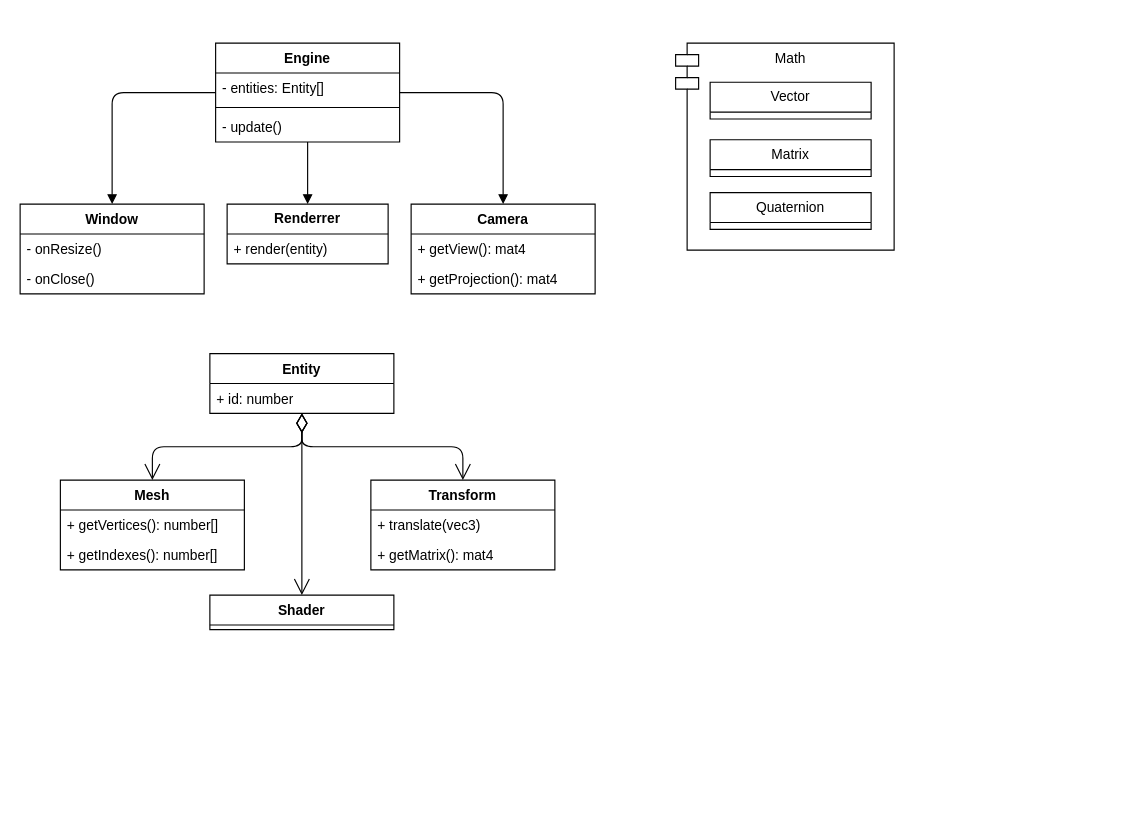
The draw.io diagram engine.drawio in asimaruk/GGenie, before the edit. Source tidied: cells renumbered, new cells numbered last; positions are measured from the earlier drawing's top-left corner, leaving out a move shared by most shapes. Both pictures are drawn from the tidied source at 115%, with x=0, y=0 at pixel (20, 43).
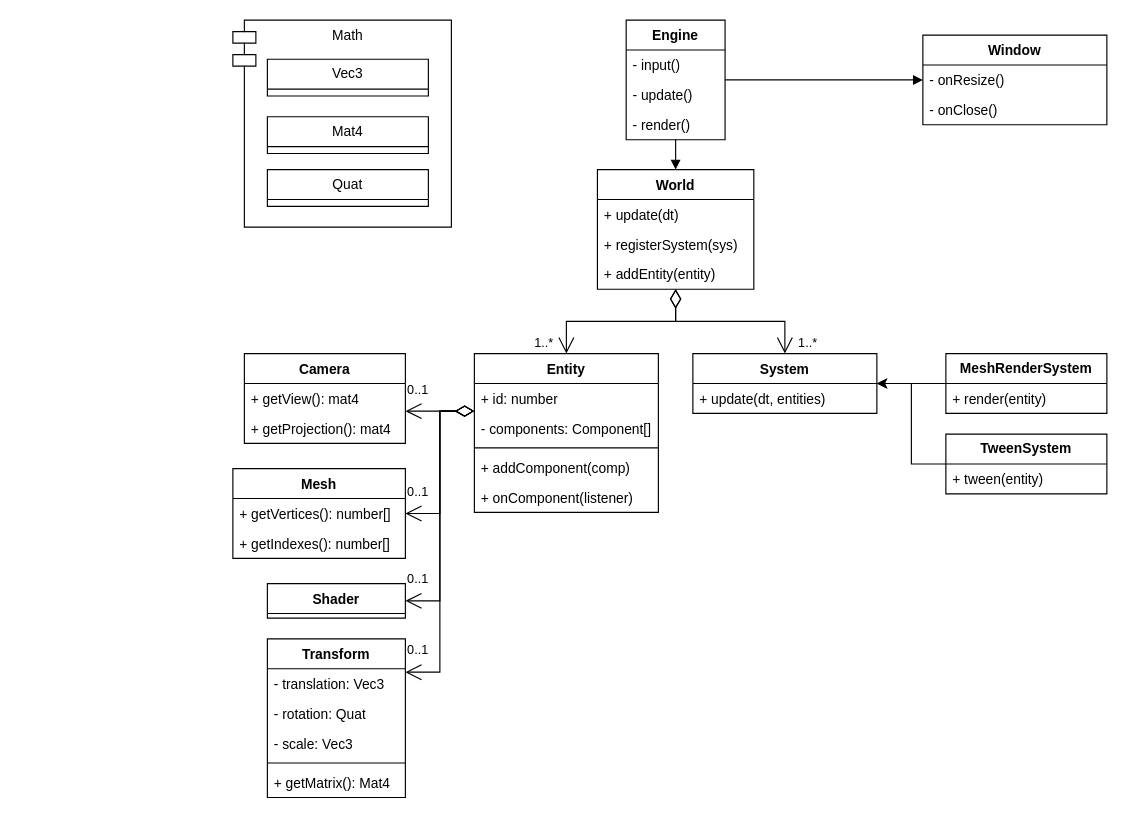
Above is the later version.

Commit message (it also covers changes not shown here):
ECS architecture UML.

Change to the diagram source:
```diff
@@
     <mxCell id="2" value="Window" style="swimlane;fontStyle=1;align=center;verticalAlign=top;horizontal=1;startSize=26;whiteSpace=wrap;html=1;rounded=0;" parent="1" vertex="1">
-      <mxGeometry y="140" width="160" height="78" as="geometry" />
+      <mxGeometry x="785" y="-7" width="160" height="78" as="geometry" />
     </mxCell>
@@
     <mxCell id="5" value="Engine" style="swimlane;fontStyle=1;align=center;verticalAlign=top;horizontal=1;startSize=26;whiteSpace=wrap;html=1;rounded=0;" parent="1" vertex="1">
-      <mxGeometry x="170" width="160" height="86" as="geometry" />
+      <mxGeometry x="527" y="-20" width="86" height="104" as="geometry" />
     </mxCell>
-    <mxCell id="6" value="- entities: Entity[]" style="text;strokeColor=none;fillColor=none;align=left;verticalAlign=top;spacingLeft=4;spacingRight=4;overflow=hidden;whiteSpace=wrap;html=1;" parent="5" vertex="1">
-      <mxGeometry y="26" width="160" height="26" as="geometry" />
-    </mxCell>
-    <mxCell id="7" style="line;strokeWidth=1;fillColor=none;align=left;verticalAlign=middle;spacingTop=-1;spacingLeft=3;spacingRight=3;labelPosition=right;strokeColor=inherit;" parent="5" vertex="1">
-      <mxGeometry y="52" width="160" height="8" as="geometry" />
-    </mxCell>
-    <mxCell id="8" value="- update()" style="text;strokeColor=none;fillColor=none;align=left;verticalAlign=top;spacingLeft=4;spacingRight=4;overflow=hidden;whiteSpace=wrap;html=1;rounded=0;" parent="5" vertex="1">
-      <mxGeometry y="60" width="160" height="26" as="geometry" />
+    <mxCell id="8" value="- input()" style="text;strokeColor=none;fillColor=none;align=left;verticalAlign=top;spacingLeft=4;spacingRight=4;overflow=hidden;whiteSpace=wrap;html=1;rounded=0;" parent="5" vertex="1">
+      <mxGeometry y="26" width="86" height="26" as="geometry" />
     </mxCell>
+    <mxCell id="34" value="- update()" style="text;strokeColor=none;fillColor=none;align=left;verticalAlign=top;spacingLeft=4;spacingRight=4;overflow=hidden;whiteSpace=wrap;html=1;rounded=0;" parent="5" vertex="1">
+      <mxGeometry y="52" width="86" height="26" as="geometry" />
+    </mxCell>
+    <mxCell id="35" value="- render()" style="text;strokeColor=none;fillColor=none;align=left;verticalAlign=top;spacingLeft=4;spacingRight=4;overflow=hidden;whiteSpace=wrap;html=1;rounded=0;" parent="5" vertex="1">
+      <mxGeometry y="78" width="86" height="26" as="geometry" />
+    </mxCell>
     <mxCell id="9" value="Mesh" style="swimlane;fontStyle=1;align=center;verticalAlign=top;horizontal=1;startSize=26;whiteSpace=wrap;html=1;rounded=0;" parent="1" vertex="1">
-      <mxGeometry x="35" y="380" width="160" height="78" as="geometry" />
+      <mxGeometry x="185" y="370" width="150" height="78" as="geometry" />
     </mxCell>
     <mxCell id="10" value="+ getVertices(): number[]" style="text;strokeColor=none;fillColor=none;align=left;verticalAlign=top;spacingLeft=4;spacingRight=4;overflow=hidden;whiteSpace=wrap;html=1;rounded=0;" parent="9" vertex="1">
-      <mxGeometry y="26" width="160" height="26" as="geometry" />
+      <mxGeometry y="26" width="150" height="26" as="geometry" />
     </mxCell>
     <mxCell id="11" value="+ getIndexes(): number[]" style="text;strokeColor=none;fillColor=none;align=left;verticalAlign=top;spacingLeft=4;spacingRight=4;overflow=hidden;whiteSpace=wrap;html=1;rounded=0;" parent="9" vertex="1">
-      <mxGeometry y="52" width="160" height="26" as="geometry" />
+      <mxGeometry y="52" width="150" height="26" as="geometry" />
     </mxCell>
+    <mxCell id="36" style="edgeStyle=orthogonalEdgeStyle;rounded=0;jettySize=auto;html=1;exitX=0;exitY=0.5;exitDx=0;exitDy=0;" parent="1" edge="1" source="12" target="53">
+      <mxGeometry relative="1" as="geometry" />
+    </mxCell>
-    <mxCell id="12" value="&lt;b&gt;Renderrer&lt;/b&gt;" style="swimlane;fontStyle=0;horizontal=1;startSize=26;whiteSpace=wrap;html=1;rounded=0;" parent="1" vertex="1">
-      <mxGeometry x="180" y="140" width="140" height="52" as="geometry" />
+    <mxCell id="12" value="&lt;b&gt;Mesh&lt;/b&gt;&lt;b style=&quot;background-color: transparent; color: light-dark(rgb(0, 0, 0), rgb(255, 255, 255));&quot;&gt;RenderSystem&lt;/b&gt;" style="swimlane;fontStyle=0;horizontal=1;startSize=26;whiteSpace=wrap;html=1;rounded=0;" parent="1" vertex="1">
+      <mxGeometry x="805" y="270" width="140" height="52" as="geometry" />
     </mxCell>
@@
     <mxCell id="14" value="Shader" style="swimlane;fontStyle=1;align=center;verticalAlign=top;horizontal=1;startSize=26;whiteSpace=wrap;html=1;" parent="1" vertex="1">
-      <mxGeometry x="165" y="480" width="160" height="30" as="geometry" />
+      <mxGeometry x="215" y="470" width="120" height="30" as="geometry" />
     </mxCell>
@@
-    <mxCell id="16" style="endArrow=block;endFill=1;html=1;align=left;verticalAlign=bottom;spacing=0;spacingLeft=0;edgeStyle=orthogonalEdgeStyle;strokeColor=default;curved=0;labelBackgroundColor=none;fontColor=none;noLabel=1;rounded=1;" parent="1" edge="1" source="5" target="12">
-      <mxGeometry x="-0.18" y="4" relative="1" as="geometry" />
-    </mxCell>
     <mxCell id="17" value="Camera" style="swimlane;fontStyle=1;align=center;verticalAlign=top;horizontal=1;startSize=26;whiteSpace=wrap;html=1;" parent="1" vertex="1">
-      <mxGeometry x="340" y="140" width="160" height="78" as="geometry" />
+      <mxGeometry x="195" y="270" width="140" height="78" as="geometry" />
     </mxCell>
     <mxCell id="18" value="+ getView(): mat4" style="text;strokeColor=none;fillColor=none;align=left;verticalAlign=top;spacingLeft=4;spacingRight=4;overflow=hidden;whiteSpace=wrap;html=1;" parent="17" vertex="1">
-      <mxGeometry y="26" width="160" height="26" as="geometry" />
+      <mxGeometry y="26" width="140" height="26" as="geometry" />
     </mxCell>
     <mxCell id="19" value="+ getProjection(): mat4" style="text;strokeColor=none;fillColor=none;align=left;verticalAlign=top;spacingLeft=4;spacingRight=4;overflow=hidden;points=[[0,0.5],[1,0.5]];portConstraint=eastwest;whiteSpace=wrap;html=1;" parent="17" vertex="1">
-      <mxGeometry y="52" width="160" height="26" as="geometry" />
+      <mxGeometry y="52" width="140" height="26" as="geometry" />
     </mxCell>
-    <mxCell id="20" style="endArrow=block;endFill=1;html=1;align=left;verticalAlign=bottom;spacing=0;spacingLeft=0;edgeStyle=orthogonalEdgeStyle;strokeColor=default;curved=0;rounded=1;" parent="1" edge="1" source="5" target="17">
-      <mxGeometry x="-0.18" y="4" relative="1" as="geometry" />
-    </mxCell>
+    <mxCell id="37" style="edgeStyle=orthogonalEdgeStyle;rounded=0;orthogonalLoop=1;jettySize=auto;html=1;exitX=1;exitY=0.5;exitDx=0;exitDy=0;" parent="17" edge="1" source="19" target="19">
+      <mxGeometry relative="1" as="geometry" />
+    </mxCell>
     <mxCell id="21" value="Entity" style="swimlane;fontStyle=1;align=center;verticalAlign=top;horizontal=1;startSize=26;whiteSpace=wrap;html=1;" parent="1" vertex="1">
-      <mxGeometry x="165" y="270" width="160" height="52" as="geometry" />
+      <mxGeometry x="395" y="270" width="160" height="138" as="geometry" />
     </mxCell>
@@
-    <mxCell id="23" value="1" style="endArrow=open;html=1;endSize=12;startArrow=diamondThin;startSize=14;startFill=0;edgeStyle=orthogonalEdgeStyle;align=left;verticalAlign=bottom;labelBackgroundColor=none;fontColor=none;noLabel=1;" parent="1" edge="1" source="21" target="9">
-      <mxGeometry x="-1" y="3" relative="1" as="geometry" />
-    </mxCell>
-    <mxCell id="24" value="1" style="endArrow=open;html=1;endSize=12;startArrow=diamondThin;startSize=14;startFill=0;edgeStyle=orthogonalEdgeStyle;align=left;verticalAlign=bottom;curved=0;labelBackgroundColor=none;fontColor=none;noLabel=1;rounded=1;entryX=0.5;entryY=0;entryDx=0;entryDy=0;" parent="1" edge="1" source="21" target="14">
-      <mxGeometry x="-1" y="3" relative="1" as="geometry" />
-    </mxCell>
+    <mxCell id="38" value="- components: Component[]" style="text;strokeColor=none;fillColor=none;align=left;verticalAlign=top;spacingLeft=4;spacingRight=4;overflow=hidden;whiteSpace=wrap;html=1;" parent="21" vertex="1">
+      <mxGeometry y="52" width="160" height="26" as="geometry" />
+    </mxCell>
+    <mxCell id="39" style="line;strokeWidth=1;fillColor=none;align=left;verticalAlign=middle;spacingTop=-1;spacingLeft=3;spacingRight=3;labelPosition=right;strokeColor=inherit;" parent="21" vertex="1">
+      <mxGeometry y="78" width="160" height="8" as="geometry" />
+    </mxCell>
+    <mxCell id="40" value="+ addComponent(comp)" style="text;strokeColor=none;fillColor=none;align=left;verticalAlign=top;spacingLeft=4;spacingRight=4;overflow=hidden;whiteSpace=wrap;html=1;" parent="21" vertex="1">
+      <mxGeometry y="86" width="160" height="26" as="geometry" />
+    </mxCell>
+    <mxCell id="41" value="+ onComponent(listener)" style="text;strokeColor=none;fillColor=none;align=left;verticalAlign=top;spacingLeft=4;spacingRight=4;overflow=hidden;whiteSpace=wrap;html=1;" parent="21" vertex="1">
+      <mxGeometry y="112" width="160" height="26" as="geometry" />
+    </mxCell>
     <mxCell id="25" value="Transform" style="swimlane;fontStyle=1;align=center;verticalAlign=top;horizontal=1;startSize=26;whiteSpace=wrap;html=1;" parent="1" vertex="1">
-      <mxGeometry x="305" y="380" width="160" height="78" as="geometry" />
+      <mxGeometry x="215" y="518" width="120" height="138" as="geometry" />
     </mxCell>
-    <mxCell id="26" value="+ translate(vec3)" style="text;strokeColor=none;fillColor=none;align=left;verticalAlign=top;spacingLeft=4;spacingRight=4;overflow=hidden;whiteSpace=wrap;html=1;" parent="25" vertex="1">
-      <mxGeometry y="26" width="160" height="26" as="geometry" />
-    </mxCell>
+    <mxCell id="42" value="- translation: Vec3" style="text;strokeColor=none;fillColor=none;align=left;verticalAlign=top;spacingLeft=4;spacingRight=4;overflow=hidden;whiteSpace=wrap;html=1;" parent="25" vertex="1">
+      <mxGeometry y="26" width="120" height="26" as="geometry" />
+    </mxCell>
+    <mxCell id="43" value="- rotation: Quat" style="text;strokeColor=none;fillColor=none;align=left;verticalAlign=top;spacingLeft=4;spacingRight=4;overflow=hidden;whiteSpace=wrap;html=1;" parent="25" vertex="1">
+      <mxGeometry y="52" width="120" height="26" as="geometry" />
+    </mxCell>
+    <mxCell id="44" value="- scale: Vec3" style="text;strokeColor=none;fillColor=none;align=left;verticalAlign=top;spacingLeft=4;spacingRight=4;overflow=hidden;whiteSpace=wrap;html=1;" parent="25" vertex="1">
+      <mxGeometry y="78" width="120" height="26" as="geometry" />
+    </mxCell>
+    <mxCell id="45" style="line;strokeWidth=1;fillColor=none;align=left;verticalAlign=middle;spacingTop=-1;spacingLeft=3;spacingRight=3;labelPosition=right;strokeColor=inherit;" parent="25" vertex="1">
+      <mxGeometry y="104" width="120" height="8" as="geometry" />
+    </mxCell>
-    <mxCell id="27" value="+ getMatrix(): mat4" style="text;strokeColor=none;fillColor=none;align=left;verticalAlign=top;spacingLeft=4;spacingRight=4;overflow=hidden;whiteSpace=wrap;html=1;" parent="25" vertex="1">
-      <mxGeometry y="52" width="160" height="26" as="geometry" />
+    <mxCell id="27" value="+ getMatrix(): M&lt;span style=&quot;background-color: transparent; color: light-dark(rgb(0, 0, 0), rgb(255, 255, 255));&quot;&gt;at4&lt;/span&gt;" style="text;strokeColor=none;fillColor=none;align=left;verticalAlign=top;spacingLeft=4;spacingRight=4;overflow=hidden;whiteSpace=wrap;html=1;" parent="25" vertex="1">
+      <mxGeometry y="112" width="120" height="26" as="geometry" />
     </mxCell>
-    <mxCell id="28" value="1" style="endArrow=open;html=1;endSize=12;startArrow=diamondThin;startSize=14;startFill=0;edgeStyle=orthogonalEdgeStyle;align=left;verticalAlign=bottom;labelBackgroundColor=none;fontColor=none;noLabel=1;rounded=1;endFill=0;curved=0;" parent="1" edge="1" source="21" target="25">
-      <mxGeometry x="-1" y="3" relative="1" as="geometry" />
-    </mxCell>
     <mxCell id="29" style="group;" parent="1" vertex="1">
-      <mxGeometry x="570" width="190" height="180" as="geometry" />
+      <mxGeometry x="185" y="-20" width="190" height="180" as="geometry" />
     </mxCell>
@@
-    <mxCell id="31" value="Vector" style="swimlane;fontStyle=0;horizontal=1;startSize=26;fillColor=none;whiteSpace=wrap;html=1;" parent="29" vertex="1">
+    <mxCell id="31" value="Vec3" style="swimlane;fontStyle=0;horizontal=1;startSize=26;fillColor=none;whiteSpace=wrap;html=1;" parent="29" vertex="1">
       <mxGeometry x="30" y="34" width="140" height="32" as="geometry" />
     </mxCell>
-    <mxCell id="32" value="Matrix" style="swimlane;fontStyle=0;horizontal=1;startSize=26;fillColor=none;whiteSpace=wrap;html=1;" parent="29" vertex="1">
+    <mxCell id="32" value="Mat4" style="swimlane;fontStyle=0;horizontal=1;startSize=26;fillColor=none;whiteSpace=wrap;html=1;" parent="29" vertex="1">
       <mxGeometry x="30" y="84" width="140" height="32" as="geometry" />
     </mxCell>
-    <mxCell id="33" value="Quaternion" style="swimlane;fontStyle=0;horizontal=1;startSize=26;fillColor=none;whiteSpace=wrap;html=1;" parent="29" vertex="1">
+    <mxCell id="33" value="Quat" style="swimlane;fontStyle=0;horizontal=1;startSize=26;fillColor=none;whiteSpace=wrap;html=1;" parent="29" vertex="1">
       <mxGeometry x="30" y="130" width="140" height="32" as="geometry" />
     </mxCell>
+    <mxCell id="46" style="edgeStyle=orthogonalEdgeStyle;rounded=0;jettySize=auto;html=1;" parent="1" edge="1" source="47" target="53">
+      <mxGeometry relative="1" as="geometry">
+        <Array as="points">
+          <mxPoint x="775" y="366" />
+          <mxPoint x="775" y="296" />
+        </Array>
+      </mxGeometry>
+    </mxCell>
+    <mxCell id="47" value="&lt;b&gt;TweenSystem&lt;/b&gt;" style="swimlane;fontStyle=0;horizontal=1;startSize=26;whiteSpace=wrap;html=1;rounded=0;" parent="1" vertex="1">
+      <mxGeometry x="805" y="340" width="140" height="52" as="geometry" />
+    </mxCell>
+    <mxCell id="48" value="+ tween&lt;span style=&quot;background-color: transparent; color: light-dark(rgb(0, 0, 0), rgb(255, 255, 255));&quot;&gt;(entity)&lt;/span&gt;" style="text;strokeColor=none;fillColor=none;align=left;verticalAlign=top;spacingLeft=4;spacingRight=4;overflow=hidden;whiteSpace=wrap;html=1;rounded=0;" parent="47" vertex="1">
+      <mxGeometry y="26" width="140" height="26" as="geometry" />
+    </mxCell>
+    <mxCell id="49" value="World" style="swimlane;fontStyle=1;align=center;verticalAlign=top;horizontal=1;startSize=26;whiteSpace=wrap;html=1;" parent="1" vertex="1">
+      <mxGeometry x="502" y="110" width="136" height="104" as="geometry" />
+    </mxCell>
+    <mxCell id="50" value="+ update(dt)" style="text;strokeColor=none;fillColor=none;align=left;verticalAlign=top;spacingLeft=4;spacingRight=4;overflow=hidden;whiteSpace=wrap;html=1;" parent="49" vertex="1">
+      <mxGeometry y="26" width="136" height="26" as="geometry" />
+    </mxCell>
+    <mxCell id="51" value="+ registerSystem(sys)" style="text;strokeColor=none;fillColor=none;align=left;verticalAlign=top;spacingLeft=4;spacingRight=4;overflow=hidden;whiteSpace=wrap;html=1;" parent="49" vertex="1">
+      <mxGeometry y="52" width="136" height="26" as="geometry" />
+    </mxCell>
+    <mxCell id="52" value="+ addEntity(entity)" style="text;strokeColor=none;fillColor=none;align=left;verticalAlign=top;spacingLeft=4;spacingRight=4;overflow=hidden;whiteSpace=wrap;html=1;" parent="49" vertex="1">
+      <mxGeometry y="78" width="136" height="26" as="geometry" />
+    </mxCell>
+    <mxCell id="53" value="System" style="swimlane;fontStyle=1;align=center;verticalAlign=top;horizontal=1;startSize=26;whiteSpace=wrap;html=1;" parent="1" vertex="1">
+      <mxGeometry x="585" y="270" width="160" height="52" as="geometry" />
+    </mxCell>
+    <mxCell id="54" value="+ update(dt, entities&lt;span style=&quot;background-color: transparent; color: light-dark(rgb(0, 0, 0), rgb(255, 255, 255));&quot;&gt;)&lt;/span&gt;" style="text;strokeColor=none;fillColor=none;align=left;verticalAlign=top;spacingLeft=4;spacingRight=4;overflow=hidden;whiteSpace=wrap;html=1;" parent="53" vertex="1">
+      <mxGeometry y="26" width="160" height="26" as="geometry" />
+    </mxCell>
+    <mxCell id="55" value="1..*" style="endArrow=open;html=1;endSize=12;startArrow=diamondThin;startSize=14;startFill=0;edgeStyle=orthogonalEdgeStyle;align=right;verticalAlign=bottom;rounded=0;" parent="1" edge="1" source="49" target="21">
+      <mxGeometry x="1" y="-10" relative="1" as="geometry" />
+    </mxCell>
+    <mxCell id="56" value="1..*" style="endArrow=open;html=1;endSize=12;startArrow=diamondThin;startSize=14;startFill=0;edgeStyle=orthogonalEdgeStyle;align=left;verticalAlign=bottom;rounded=0;" parent="1" edge="1" source="49" target="53">
+      <mxGeometry x="1" y="10" relative="1" as="geometry" />
+    </mxCell>
+    <mxCell id="57" style="endArrow=block;endFill=1;html=1;align=left;verticalAlign=bottom;spacing=0;spacingLeft=0;edgeStyle=orthogonalEdgeStyle;strokeColor=default;curved=0;rounded=1;" parent="1" edge="1" source="5" target="49">
+      <mxGeometry x="-0.18" y="4" relative="1" as="geometry" />
+    </mxCell>
+    <mxCell id="23" value="0..1" style="endArrow=open;html=1;endSize=12;startArrow=diamondThin;startSize=14;startFill=0;edgeStyle=orthogonalEdgeStyle;align=left;verticalAlign=bottom;rounded=0;" parent="1" edge="1" source="21" target="9">
+      <mxGeometry x="1" y="-10" relative="1" as="geometry">
+        <Array as="points">
+          <mxPoint x="365" y="320" />
+          <mxPoint x="365" y="409" />
+        </Array>
+      </mxGeometry>
+    </mxCell>
+    <mxCell id="24" value="0..1" style="endArrow=open;html=1;endSize=12;startArrow=diamondThin;startSize=14;startFill=0;edgeStyle=orthogonalEdgeStyle;align=left;verticalAlign=bottom;rounded=0;entryX=1;entryY=0.5;entryDx=0;entryDy=0;" parent="1" edge="1" source="21" target="14">
+      <mxGeometry x="1" y="-10" relative="1" as="geometry">
+        <Array as="points">
+          <mxPoint x="365" y="320" />
+          <mxPoint x="365" y="485" />
+        </Array>
+      </mxGeometry>
+    </mxCell>
+    <mxCell id="28" value="0..1" style="endArrow=open;html=1;endSize=12;startArrow=diamondThin;startSize=14;startFill=0;edgeStyle=orthogonalEdgeStyle;align=left;verticalAlign=bottom;rounded=0;" parent="1" edge="1" source="21" target="25">
+      <mxGeometry x="1" y="-10" relative="1" as="geometry">
+        <Array as="points">
+          <mxPoint x="365" y="320" />
+          <mxPoint x="365" y="547" />
+        </Array>
+      </mxGeometry>
+    </mxCell>
+    <mxCell id="58" value="0..1" style="endArrow=open;html=1;endSize=12;startArrow=diamondThin;startSize=14;startFill=0;edgeStyle=orthogonalEdgeStyle;align=left;verticalAlign=bottom;rounded=0;" parent="1" edge="1" source="21" target="17">
+      <mxGeometry x="1" y="-9" relative="1" as="geometry">
+        <Array as="points">
+          <mxPoint x="365" y="320" />
+          <mxPoint x="365" y="320" />
+        </Array>
+      </mxGeometry>
+    </mxCell>
```
